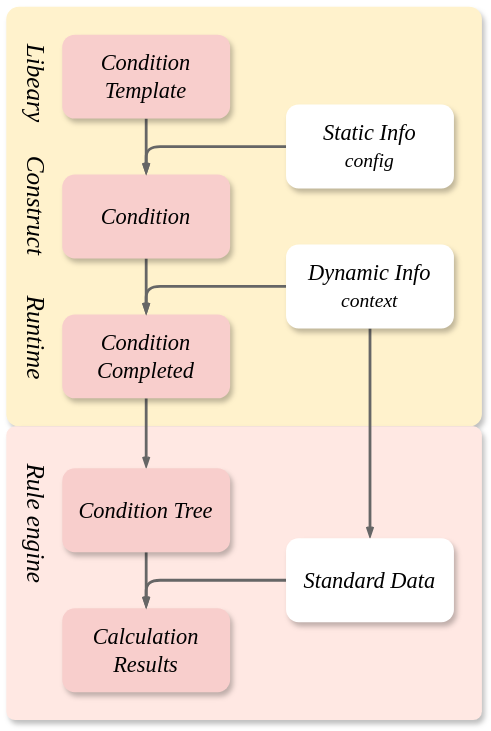
Algo2147483647/engineering keeps this draw.io diagram as system design/assets/condition.svg. Above is the earlier version. Source tidied: cells renumbered, new cells last; positions are measured from the earlier drawing's top-left corner, leaving out a move shared by most shapes.
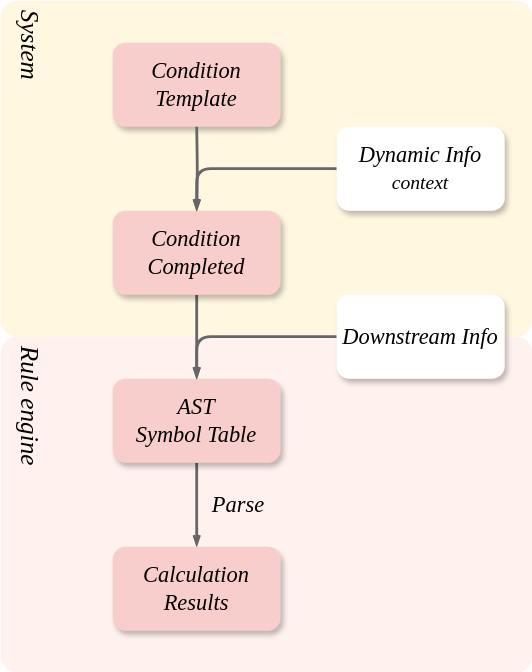
After the change.

Change to the diagram source:
```diff
@@ -2,71 +2,55 @@
   <root>
     <mxCell id="0" />
     <mxCell id="1" parent="0" />
-    <mxCell id="2" style="rounded=1;whiteSpace=wrap;html=1;fillColor=#fff2cc;strokeColor=none;shadow=1;arcSize=3;" parent="1" vertex="1">
-      <mxGeometry width="340" height="300" as="geometry" />
-    </mxCell>
+    <mxCell id="24" style="rounded=1;whiteSpace=wrap;html=1;fillColor=#fff2cc;strokeColor=none;shadow=0;arcSize=5;opacity=60;" parent="1" vertex="1">
+      <mxGeometry x="-40" y="140" width="380" height="240" as="geometry" />
+    </mxCell>
-    <mxCell id="3" style="rounded=1;whiteSpace=wrap;html=1;fillColor=#FFE8E3;strokeColor=none;shadow=1;arcSize=3;" parent="1" vertex="1">
-      <mxGeometry y="300" width="340" height="210" as="geometry" />
+    <mxCell id="3" style="rounded=1;whiteSpace=wrap;html=1;fillColor=#FFE8E3;strokeColor=none;shadow=0;arcSize=5;opacity=60;" parent="1" vertex="1">
+      <mxGeometry x="-40" y="380" width="380" height="240" as="geometry" />
     </mxCell>
-    <mxCell id="4" style="edgeStyle=orthogonalEdgeStyle;shape=connector;rounded=1;jettySize=auto;html=1;strokeColor=#666666;strokeWidth=2;align=center;verticalAlign=middle;fontFamily=Helvetica;fontSize=11;fontColor=default;labelBackgroundColor=default;endArrow=openThin;endFill=0;endSize=4;fillColor=#f5f5f5;curved=0;" parent="1" edge="1" source="5" target="7">
-      <mxGeometry relative="1" as="geometry" />
-    </mxCell>
     <mxCell id="5" value="Condition Template" style="rounded=1;whiteSpace=wrap;html=1;shadow=1;strokeColor=none;fontFamily=Times New Roman;fontStyle=2;fontSize=16;fillColor=#f8cecc;" parent="1" vertex="1">
-      <mxGeometry x="40" y="20" width="120" height="60" as="geometry" />
+      <mxGeometry x="40" y="170" width="120" height="60" as="geometry" />
     </mxCell>
-    <mxCell id="6" style="edgeStyle=orthogonalEdgeStyle;shape=connector;curved=0;rounded=1;jettySize=auto;html=1;entryX=0.5;entryY=0;entryDx=0;entryDy=0;strokeColor=#666666;strokeWidth=2;align=center;verticalAlign=middle;fontFamily=Helvetica;fontSize=11;fontColor=default;labelBackgroundColor=default;endArrow=openThin;endFill=0;endSize=4;fillColor=#f5f5f5;" parent="1" edge="1" source="7" target="11">
-      <mxGeometry relative="1" as="geometry" />
-    </mxCell>
-    <mxCell id="7" value="Condition" style="rounded=1;whiteSpace=wrap;html=1;shadow=1;strokeColor=none;fontFamily=Times New Roman;fontStyle=2;fontSize=16;fillColor=#f8cecc;" parent="1" vertex="1">
-      <mxGeometry x="40" y="120" width="120" height="60" as="geometry" />
-    </mxCell>
-    <mxCell id="8" style="edgeStyle=orthogonalEdgeStyle;shape=connector;curved=0;rounded=1;jettySize=auto;html=1;entryX=0.5;entryY=0;entryDx=0;entryDy=0;strokeColor=#666666;strokeWidth=2;align=center;verticalAlign=middle;fontFamily=Helvetica;fontSize=11;fontColor=default;labelBackgroundColor=default;endArrow=openThin;endFill=0;endSize=4;fillColor=#f5f5f5;" parent="1" edge="1" source="9" target="7">
-      <mxGeometry relative="1" as="geometry" />
-    </mxCell>
-    <mxCell id="9" value="&lt;div style=&quot;font-size: 16px;&quot;&gt;Static Info&lt;/div&gt;&lt;div style=&quot;&quot;&gt;&lt;font style=&quot;font-size: 14px;&quot;&gt;config&lt;/font&gt;&lt;/div&gt;" style="rounded=1;whiteSpace=wrap;html=1;shadow=1;strokeColor=none;fontFamily=Times New Roman;fontStyle=2;fontSize=16;" parent="1" vertex="1">
-      <mxGeometry x="200" y="70" width="120" height="60" as="geometry" />
-    </mxCell>
+    <mxCell id="25" style="edgeStyle=orthogonalEdgeStyle;shape=connector;curved=0;rounded=1;jettySize=auto;html=1;strokeColor=#666666;strokeWidth=2;align=center;verticalAlign=middle;fontFamily=Helvetica;fontSize=11;fontColor=default;labelBackgroundColor=default;endArrow=openThin;endFill=0;endSize=4;fillColor=#f5f5f5;" parent="1" edge="1" target="11">
+      <mxGeometry relative="1" as="geometry">
+        <mxPoint x="100" y="230" as="sourcePoint" />
+      </mxGeometry>
+    </mxCell>
-    <mxCell id="10" style="edgeStyle=orthogonalEdgeStyle;shape=connector;curved=0;rounded=1;jettySize=auto;html=1;entryX=0.5;entryY=0;entryDx=0;entryDy=0;strokeColor=#666666;strokeWidth=2;align=center;verticalAlign=middle;fontFamily=Helvetica;fontSize=11;fontColor=default;labelBackgroundColor=default;endArrow=openThin;endFill=0;endSize=4;fillColor=#f5f5f5;" parent="1" edge="1" source="11" target="16">
+    <mxCell id="10" style="edgeStyle=orthogonalEdgeStyle;shape=connector;curved=0;rounded=1;jettySize=auto;html=1;strokeColor=#666666;strokeWidth=2;align=center;verticalAlign=middle;fontFamily=Helvetica;fontSize=11;fontColor=default;labelBackgroundColor=default;endArrow=openThin;endFill=0;endSize=4;fillColor=#f5f5f5;" parent="1" edge="1" source="11" target="16">
       <mxGeometry relative="1" as="geometry" />
     </mxCell>
     <mxCell id="11" value="Condition&lt;div style=&quot;font-size: 16px;&quot;&gt;Completed&lt;/div&gt;" style="rounded=1;whiteSpace=wrap;html=1;shadow=1;strokeColor=none;fontFamily=Times New Roman;fontStyle=2;fontSize=16;fillColor=#f8cecc;" parent="1" vertex="1">
-      <mxGeometry x="40" y="220" width="120" height="60" as="geometry" />
+      <mxGeometry x="40" y="290" width="120" height="60" as="geometry" />
     </mxCell>
-    <mxCell id="12" style="edgeStyle=orthogonalEdgeStyle;shape=connector;curved=0;rounded=1;jettySize=auto;html=1;entryX=0.5;entryY=0;entryDx=0;entryDy=0;strokeColor=#666666;strokeWidth=2;align=center;verticalAlign=middle;fontFamily=Helvetica;fontSize=11;fontColor=default;labelBackgroundColor=default;endArrow=openThin;endFill=0;endSize=4;fillColor=#f5f5f5;" parent="1" edge="1" source="14" target="11">
+    <mxCell id="12" style="edgeStyle=orthogonalEdgeStyle;shape=connector;curved=0;rounded=1;jettySize=auto;html=1;entryX=0.5;entryY=0;entryDx=0;entryDy=0;strokeColor=#666666;strokeWidth=2;align=center;verticalAlign=middle;fontFamily=Helvetica;fontSize=11;fontColor=default;labelBackgroundColor=default;endArrow=openThin;endFill=0;endSize=4;fillColor=#f5f5f5;exitX=0;exitY=0.5;exitDx=0;exitDy=0;" parent="1" edge="1" source="14" target="11">
       <mxGeometry relative="1" as="geometry" />
     </mxCell>
-    <mxCell id="13" style="edgeStyle=orthogonalEdgeStyle;shape=connector;curved=0;rounded=1;jettySize=auto;html=1;strokeColor=#666666;strokeWidth=2;align=center;verticalAlign=middle;fontFamily=Helvetica;fontSize=11;fontColor=default;labelBackgroundColor=default;endArrow=openThin;endFill=0;endSize=4;fillColor=#f5f5f5;" parent="1" edge="1" source="14" target="21">
-      <mxGeometry relative="1" as="geometry" />
-    </mxCell>
     <mxCell id="14" value="Dynamic Info&lt;div style=&quot;&quot;&gt;&lt;font style=&quot;font-size: 14px;&quot;&gt;context&lt;/font&gt;&lt;/div&gt;" style="rounded=1;whiteSpace=wrap;html=1;shadow=1;strokeColor=none;fontFamily=Times New Roman;fontStyle=2;fontSize=16;" parent="1" vertex="1">
-      <mxGeometry x="200" y="170" width="120" height="60" as="geometry" />
+      <mxGeometry x="200" y="230" width="120" height="60" as="geometry" />
     </mxCell>
     <mxCell id="15" style="edgeStyle=orthogonalEdgeStyle;shape=connector;curved=0;rounded=1;jettySize=auto;html=1;strokeColor=#666666;strokeWidth=2;align=center;verticalAlign=middle;fontFamily=Helvetica;fontSize=11;fontColor=default;labelBackgroundColor=default;endArrow=openThin;endFill=0;endSize=4;fillColor=#f5f5f5;" parent="1" edge="1" source="16" target="17">
       <mxGeometry relative="1" as="geometry" />
     </mxCell>
-    <mxCell id="16" value="Condition Tree" style="rounded=1;whiteSpace=wrap;html=1;shadow=1;strokeColor=none;fontFamily=Times New Roman;fontStyle=2;fontSize=16;fillColor=#f8cecc;" parent="1" vertex="1">
-      <mxGeometry x="40" y="330" width="120" height="60" as="geometry" />
+    <mxCell id="16" value="AST&lt;div&gt;Symbol Table&lt;/div&gt;" style="rounded=1;whiteSpace=wrap;html=1;shadow=1;strokeColor=none;fontFamily=Times New Roman;fontStyle=2;fontSize=16;fillColor=#f8cecc;" parent="1" vertex="1">
+      <mxGeometry x="40" y="410" width="120" height="60" as="geometry" />
     </mxCell>
     <mxCell id="17" value="Calculation Results" style="rounded=1;whiteSpace=wrap;html=1;shadow=1;strokeColor=none;fontFamily=Times New Roman;fontStyle=2;fontSize=16;fillColor=#f8cecc;" parent="1" vertex="1">
-      <mxGeometry x="40" y="430" width="120" height="60" as="geometry" />
+      <mxGeometry x="40" y="530" width="120" height="60" as="geometry" />
     </mxCell>
     <mxCell id="18" value="&lt;font face=&quot;Times New Roman&quot;&gt;&lt;span style=&quot;font-size: 18px;&quot;&gt;&lt;i&gt;Rule engine&lt;/i&gt;&lt;/span&gt;&lt;/font&gt;" style="text;whiteSpace=wrap;html=1;fontFamily=Helvetica;fontSize=11;fontColor=default;labelBackgroundColor=none;align=center;horizontal=1;textDirection=vertical-lr;" parent="1" vertex="1">
-      <mxGeometry y="320" width="40" height="110" as="geometry" />
+      <mxGeometry x="-40" y="380" width="40" height="110" as="geometry" />
     </mxCell>
-    <mxCell id="19" value="&lt;font face=&quot;Times New Roman&quot;&gt;&lt;span style=&quot;font-size: 18px;&quot;&gt;&lt;i&gt;Runtime&lt;/i&gt;&lt;/span&gt;&lt;/font&gt;" style="text;whiteSpace=wrap;html=1;fontFamily=Helvetica;fontSize=11;fontColor=default;labelBackgroundColor=none;align=center;horizontal=1;textDirection=vertical-lr;" parent="1" vertex="1">
-      <mxGeometry y="200" width="40" height="80" as="geometry" />
+    <mxCell id="19" value="&lt;font face=&quot;Times New Roman&quot;&gt;&lt;span style=&quot;font-size: 18px;&quot;&gt;&lt;i&gt;System&lt;/i&gt;&lt;/span&gt;&lt;/font&gt;" style="text;whiteSpace=wrap;html=1;fontFamily=Helvetica;fontSize=11;fontColor=default;labelBackgroundColor=none;align=center;horizontal=1;textDirection=vertical-lr;" parent="1" vertex="1">
+      <mxGeometry x="-40" y="140" width="40" height="150" as="geometry" />
     </mxCell>
-    <mxCell id="20" style="edgeStyle=orthogonalEdgeStyle;shape=connector;curved=0;rounded=1;jettySize=auto;html=1;entryX=0.5;entryY=0;entryDx=0;entryDy=0;strokeColor=#666666;strokeWidth=2;align=center;verticalAlign=middle;fontFamily=Helvetica;fontSize=11;fontColor=default;labelBackgroundColor=default;endArrow=openThin;endFill=0;endSize=4;fillColor=#f5f5f5;" parent="1" edge="1" source="21" target="17">
-      <mxGeometry relative="1" as="geometry" />
-    </mxCell>
+    <mxCell id="26" style="edgeStyle=orthogonalEdgeStyle;shape=connector;curved=0;rounded=1;jettySize=auto;html=1;entryX=0.5;entryY=0;entryDx=0;entryDy=0;strokeColor=#666666;strokeWidth=2;align=center;verticalAlign=middle;fontFamily=Helvetica;fontSize=11;fontColor=default;labelBackgroundColor=default;endArrow=openThin;endFill=0;endSize=4;fillColor=#f5f5f5;" parent="1" edge="1" source="21" target="16">
+      <mxGeometry relative="1" as="geometry" />
+    </mxCell>
-    <mxCell id="21" value="Standard Data" style="rounded=1;whiteSpace=wrap;html=1;shadow=1;strokeColor=none;fontFamily=Times New Roman;fontStyle=2;fontSize=16;" parent="1" vertex="1">
-      <mxGeometry x="200" y="380" width="120" height="60" as="geometry" />
+    <mxCell id="21" value="Downstream Info" style="rounded=1;whiteSpace=wrap;html=1;shadow=1;strokeColor=none;fontFamily=Times New Roman;fontStyle=2;fontSize=16;" parent="1" vertex="1">
+      <mxGeometry x="200" y="350" width="120" height="60" as="geometry" />
     </mxCell>
-    <mxCell id="22" value="&lt;font face=&quot;Times New Roman&quot;&gt;&lt;span style=&quot;font-size: 18px;&quot;&gt;&lt;i&gt;Construct&lt;/i&gt;&lt;/span&gt;&lt;/font&gt;" style="text;whiteSpace=wrap;html=1;fontFamily=Helvetica;fontSize=11;fontColor=default;labelBackgroundColor=none;align=center;horizontal=1;textDirection=vertical-lr;" parent="1" vertex="1">
-      <mxGeometry y="100" width="40" height="80" as="geometry" />
-    </mxCell>
-    <mxCell id="23" value="&lt;font face=&quot;Times New Roman&quot;&gt;&lt;span style=&quot;font-size: 18px;&quot;&gt;&lt;i&gt;Libeary&lt;/i&gt;&lt;/span&gt;&lt;/font&gt;" style="text;whiteSpace=wrap;html=1;fontFamily=Helvetica;fontSize=11;fontColor=default;labelBackgroundColor=none;align=center;horizontal=1;textDirection=vertical-lr;" parent="1" vertex="1">
-      <mxGeometry y="20" width="40" height="70" as="geometry" />
-    </mxCell>
+    <mxCell id="27" value="&lt;div style=&quot;&quot;&gt;&lt;font face=&quot;Times New Roman&quot;&gt;&lt;span style=&quot;font-size: 16px;&quot;&gt;&lt;i&gt;Parse&lt;/i&gt;&lt;/span&gt;&lt;/font&gt;&lt;/div&gt;" style="text;whiteSpace=wrap;html=1;fontFamily=Helvetica;fontSize=11;fontColor=default;labelBackgroundColor=none;align=center;verticalAlign=middle;" parent="1" vertex="1">
+      <mxGeometry x="100" y="480" width="60" height="40" as="geometry" />
+    </mxCell>
   </root>
 </mxGraphModel>
```
